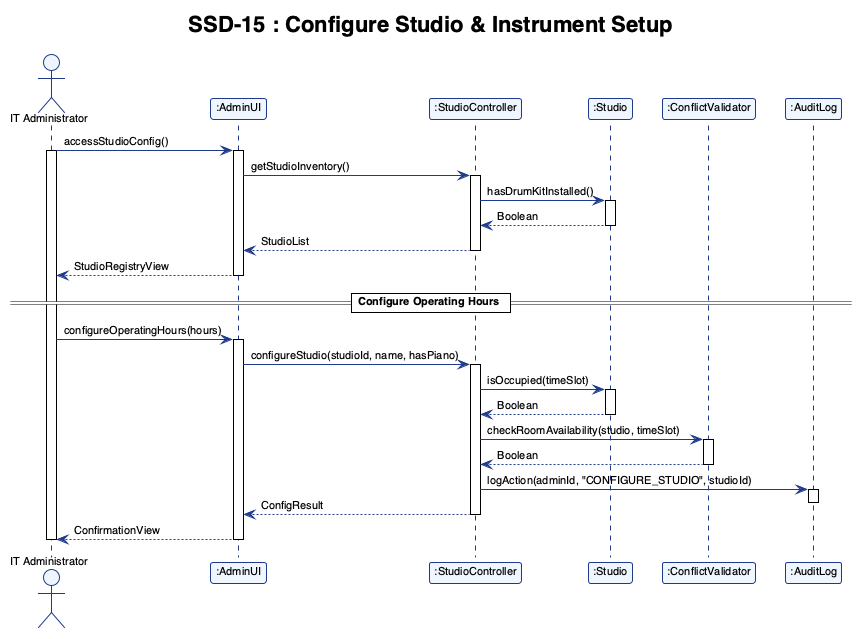
The PlantUML diagram report/assets/ssd_14.png in adoreblvnk/2001temp, before a commit.
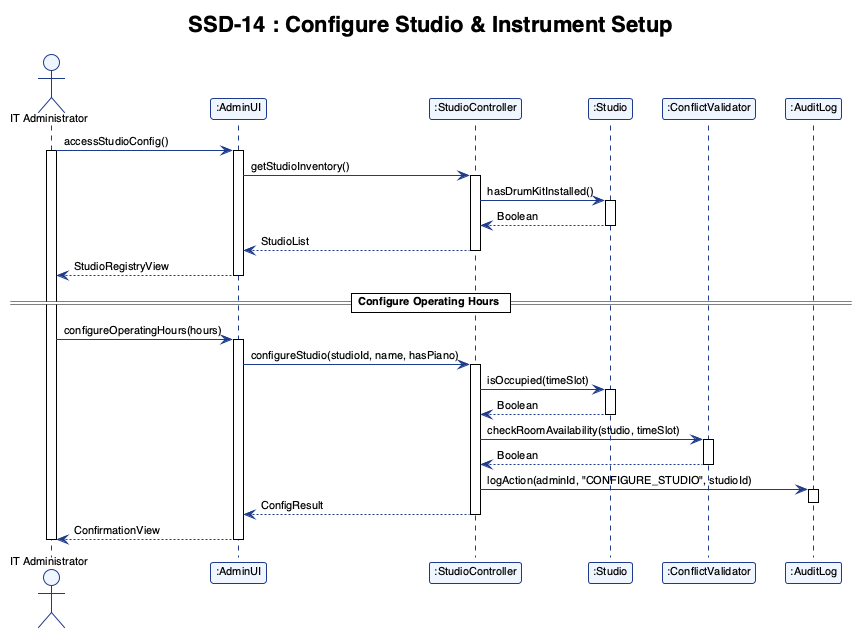
After the change.

What changed in the source:
```diff
@@ -1,4 +1,4 @@
-@startuml ssd_15
+@startuml ssd_14
 !theme plain
 skinparam shadowing false
 skinparam defaultFontName "Helvetica", "Arial", sans-serif
@@ -13,7 +13,7 @@
     ActorBackgroundColor #EFF6FF
 }
 
-title SSD-15 : Configure Studio & Instrument Setup
+title SSD-14 : Configure Studio & Instrument Setup
 
 actor "IT Administrator" as ITAdmin
 participant ":AdminUI" as AdminUI
```
